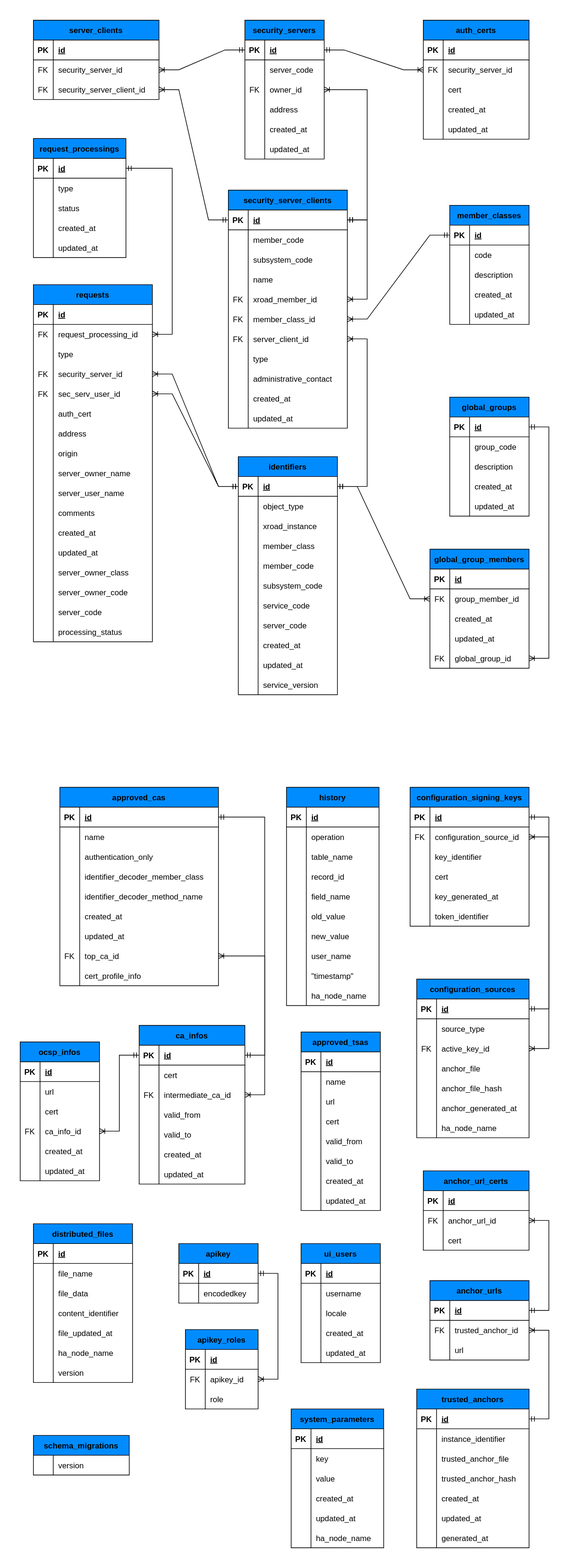
This is doc/DataModels/img/dm-cs-central-server-database-diagram.svg from nordic-institute/X-Road, a draw.io export, as it was before one commit. Source tidied: cells renumbered, new cells last; positions are measured from the earlier drawing's top-left corner, leaving out a move shared by most shapes.
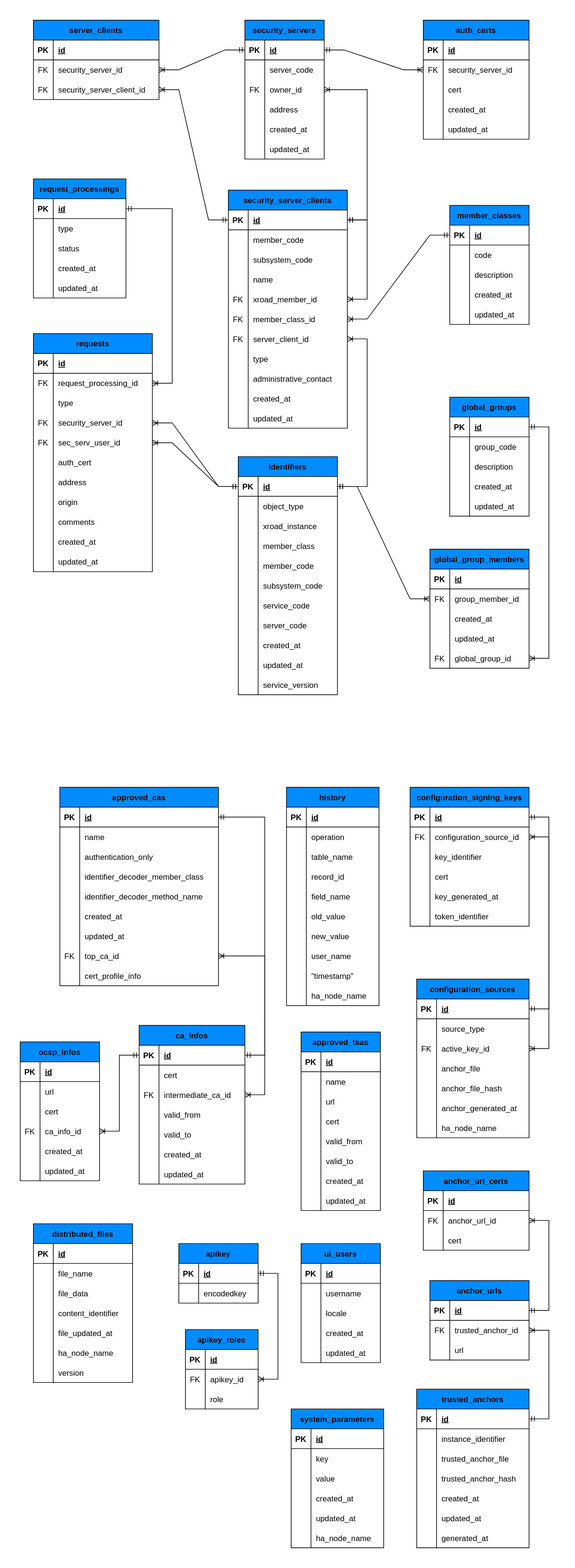
The same file after the commit.

Commit message:
fix: adding one index and removing unnecessary database objects

Refs: XRDDEV-2433

Change to the diagram source:
```diff
@@ -306,7 +306,7 @@
       <mxGeometry x="30" width="90" height="30" as="geometry" />
     </mxCell>
     <mxCell id="103" value="request_processings" style="shape=table;startSize=30;rowLines=0;fontStyle=1;align=center;fillColor=#008CFF;" parent="1" vertex="1">
-      <mxGeometry x="20" y="179" width="140" height="180" as="geometry" />
+      <mxGeometry x="20" y="240" width="140" height="180" as="geometry" />
     </mxCell>
     <mxCell id="104" style="shape=tableRow;horizontal=0;startSize=0;swimlaneHead=0;swimlaneBody=0;fillColor=none;points=[[0,0.5],[1,0.5]];portConstraint=eastwest;strokeColor=inherit;top=0;left=0;right=0;bottom=1;" parent="103" vertex="1">
       <mxGeometry y="30" width="140" height="30" as="geometry" />
@@ -354,7 +354,7 @@
       <mxGeometry x="30" width="110" height="30" as="geometry" />
     </mxCell>
     <mxCell id="119" value="requests" style="shape=table;startSize=30;rowLines=0;fontStyle=1;align=center;fillColor=#008CFF;" parent="1" vertex="1">
-      <mxGeometry x="20" y="400" width="180" height="540" as="geometry" />
+      <mxGeometry x="20" y="474" width="180" height="360" as="geometry" />
     </mxCell>
     <mxCell id="120" style="shape=tableRow;horizontal=0;startSize=0;swimlaneHead=0;swimlaneBody=0;fillColor=none;strokeColor=inherit;top=0;left=0;right=0;bottom=1;" parent="119" vertex="1">
       <mxGeometry y="30" width="180" height="30" as="geometry" />
@@ -428,26 +428,8 @@
     <mxCell id="143" value="origin " style="shape=partialRectangle;overflow=hidden;fillColor=none;align=left;strokeColor=inherit;top=0;left=0;bottom=0;right=0;spacingLeft=6;" parent="141" vertex="1">
       <mxGeometry x="30" width="150" height="30" as="geometry" />
     </mxCell>
-    <mxCell id="144" style="shape=tableRow;horizontal=0;startSize=0;swimlaneHead=0;swimlaneBody=0;fillColor=none;strokeColor=inherit;top=0;left=0;right=0;bottom=0;" parent="119" vertex="1">
-      <mxGeometry y="270" width="180" height="30" as="geometry" />
-    </mxCell>
-    <mxCell id="145" style="shape=partialRectangle;overflow=hidden;fillColor=none;strokeColor=inherit;top=0;left=0;bottom=0;right=0;" parent="144" vertex="1">
-      <mxGeometry width="30" height="30" as="geometry" />
-    </mxCell>
-    <mxCell id="146" value="server_owner_name " style="shape=partialRectangle;overflow=hidden;fillColor=none;align=left;strokeColor=inherit;top=0;left=0;bottom=0;right=0;spacingLeft=6;" parent="144" vertex="1">
-      <mxGeometry x="30" width="150" height="30" as="geometry" />
-    </mxCell>
-    <mxCell id="147" style="shape=tableRow;horizontal=0;startSize=0;swimlaneHead=0;swimlaneBody=0;fillColor=none;strokeColor=inherit;top=0;left=0;right=0;bottom=0;" parent="119" vertex="1">
-      <mxGeometry y="300" width="180" height="30" as="geometry" />
-    </mxCell>
-    <mxCell id="148" style="shape=partialRectangle;overflow=hidden;fillColor=none;strokeColor=inherit;top=0;left=0;bottom=0;right=0;" parent="147" vertex="1">
-      <mxGeometry width="30" height="30" as="geometry" />
-    </mxCell>
-    <mxCell id="149" value="server_user_name " style="shape=partialRectangle;overflow=hidden;fillColor=none;align=left;strokeColor=inherit;top=0;left=0;bottom=0;right=0;spacingLeft=6;" parent="147" vertex="1">
-      <mxGeometry x="30" width="150" height="30" as="geometry" />
-    </mxCell>
     <mxCell id="150" style="shape=tableRow;horizontal=0;startSize=0;swimlaneHead=0;swimlaneBody=0;fillColor=none;strokeColor=inherit;top=0;left=0;right=0;bottom=0;" parent="119" vertex="1">
-      <mxGeometry y="330" width="180" height="30" as="geometry" />
+      <mxGeometry y="270" width="180" height="30" as="geometry" />
     </mxCell>
     <mxCell id="151" style="shape=partialRectangle;overflow=hidden;fillColor=none;strokeColor=inherit;top=0;left=0;bottom=0;right=0;" parent="150" vertex="1">
       <mxGeometry width="30" height="30" as="geometry" />
@@ -456,7 +438,7 @@
       <mxGeometry x="30" width="150" height="30" as="geometry" />
     </mxCell>
     <mxCell id="153" style="shape=tableRow;horizontal=0;startSize=0;swimlaneHead=0;swimlaneBody=0;fillColor=none;strokeColor=inherit;top=0;left=0;right=0;bottom=0;" parent="119" vertex="1">
-      <mxGeometry y="360" width="180" height="30" as="geometry" />
+      <mxGeometry y="300" width="180" height="30" as="geometry" />
     </mxCell>
     <mxCell id="154" style="shape=partialRectangle;overflow=hidden;fillColor=none;strokeColor=inherit;top=0;left=0;bottom=0;right=0;" parent="153" vertex="1">
       <mxGeometry width="30" height="30" as="geometry" />
@@ -465,7 +447,7 @@
       <mxGeometry x="30" width="150" height="30" as="geometry" />
     </mxCell>
     <mxCell id="156" style="shape=tableRow;horizontal=0;startSize=0;swimlaneHead=0;swimlaneBody=0;fillColor=none;strokeColor=inherit;top=0;left=0;right=0;bottom=0;" parent="119" vertex="1">
-      <mxGeometry y="390" width="180" height="30" as="geometry" />
+      <mxGeometry y="330" width="180" height="30" as="geometry" />
     </mxCell>
     <mxCell id="157" style="shape=partialRectangle;overflow=hidden;fillColor=none;strokeColor=inherit;top=0;left=0;bottom=0;right=0;" parent="156" vertex="1">
       <mxGeometry width="30" height="30" as="geometry" />
@@ -473,42 +455,6 @@
     <mxCell id="158" value="updated_at  " style="shape=partialRectangle;overflow=hidden;fillColor=none;align=left;strokeColor=inherit;top=0;left=0;bottom=0;right=0;spacingLeft=6;" parent="156" vertex="1">
       <mxGeometry x="30" width="150" height="30" as="geometry" />
     </mxCell>
-    <mxCell id="159" style="shape=tableRow;horizontal=0;startSize=0;swimlaneHead=0;swimlaneBody=0;fillColor=none;strokeColor=inherit;top=0;left=0;right=0;bottom=0;" parent="119" vertex="1">
-      <mxGeometry y="420" width="180" height="30" as="geometry" />
-    </mxCell>
-    <mxCell id="160" style="shape=partialRectangle;overflow=hidden;fillColor=none;strokeColor=inherit;top=0;left=0;bottom=0;right=0;" parent="159" vertex="1">
-      <mxGeometry width="30" height="30" as="geometry" />
-    </mxCell>
-    <mxCell id="161" value="server_owner_class " style="shape=partialRectangle;overflow=hidden;fillColor=none;align=left;strokeColor=inherit;top=0;left=0;bottom=0;right=0;spacingLeft=6;" parent="159" vertex="1">
-      <mxGeometry x="30" width="150" height="30" as="geometry" />
-    </mxCell>
-    <mxCell id="162" style="shape=tableRow;horizontal=0;startSize=0;swimlaneHead=0;swimlaneBody=0;fillColor=none;strokeColor=inherit;top=0;left=0;right=0;bottom=0;" parent="119" vertex="1">
-      <mxGeometry y="450" width="180" height="30" as="geometry" />
-    </mxCell>
-    <mxCell id="163" style="shape=partialRectangle;overflow=hidden;fillColor=none;strokeColor=inherit;top=0;left=0;bottom=0;right=0;" parent="162" vertex="1">
-      <mxGeometry width="30" height="30" as="geometry" />
-    </mxCell>
-    <mxCell id="164" value="server_owner_code " style="shape=partialRectangle;overflow=hidden;fillColor=none;align=left;strokeColor=inherit;top=0;left=0;bottom=0;right=0;spacingLeft=6;" parent="162" vertex="1">
-      <mxGeometry x="30" width="150" height="30" as="geometry" />
-    </mxCell>
-    <mxCell id="165" style="shape=tableRow;horizontal=0;startSize=0;swimlaneHead=0;swimlaneBody=0;fillColor=none;strokeColor=inherit;top=0;left=0;right=0;bottom=0;" parent="119" vertex="1">
-      <mxGeometry y="480" width="180" height="30" as="geometry" />
-    </mxCell>
-    <mxCell id="166" style="shape=partialRectangle;overflow=hidden;fillColor=none;strokeColor=inherit;top=0;left=0;bottom=0;right=0;" parent="165" vertex="1">
-      <mxGeometry width="30" height="30" as="geometry" />
-    </mxCell>
-    <mxCell id="167" value="server_code " style="shape=partialRectangle;overflow=hidden;fillColor=none;align=left;strokeColor=inherit;top=0;left=0;bottom=0;right=0;spacingLeft=6;" parent="165" vertex="1">
-      <mxGeometry x="30" width="150" height="30" as="geometry" />
-    </mxCell>
-    <mxCell id="168" style="shape=tableRow;horizontal=0;startSize=0;swimlaneHead=0;swimlaneBody=0;fillColor=none;strokeColor=inherit;top=0;left=0;right=0;bottom=0;" parent="119" vertex="1">
-      <mxGeometry y="510" width="180" height="30" as="geometry" />
-    </mxCell>
-    <mxCell id="169" style="shape=partialRectangle;overflow=hidden;fillColor=none;strokeColor=inherit;top=0;left=0;bottom=0;right=0;" parent="168" vertex="1">
-      <mxGeometry width="30" height="30" as="geometry" />
-    </mxCell>
-    <mxCell id="170" value="processing_status" style="shape=partialRectangle;overflow=hidden;fillColor=none;align=left;strokeColor=inherit;top=0;left=0;bottom=0;right=0;spacingLeft=6;" parent="168" vertex="1">
-      <mxGeometry x="30" width="150" height="30" as="geometry" />
-    </mxCell>
     <mxCell id="171" value="security_servers" style="shape=table;startSize=30;rowLines=0;fontStyle=1;align=center;fillColor=#008CFF;" parent="1" vertex="1">
       <mxGeometry x="340" width="120" height="210" as="geometry" />
     </mxCell>
@@ -1457,18 +1403,6 @@
     <mxCell id="486" value="updated_at" style="shape=partialRectangle;overflow=hidden;fillColor=none;align=left;strokeColor=inherit;top=0;left=0;bottom=0;right=0;spacingLeft=6;" parent="484" vertex="1">
       <mxGeometry x="30" width="90" height="30" as="geometry" />
     </mxCell>
-    <mxCell id="487" value="schema_migrations" style="shape=table;startSize=30;rowLines=0;fontStyle=1;align=center;fillColor=#008CFF;" parent="1" vertex="1">
-      <mxGeometry x="20" y="2140" width="145" height="60" as="geometry" />
-    </mxCell>
-    <mxCell id="488" style="shape=tableRow;horizontal=0;startSize=0;swimlaneHead=0;swimlaneBody=0;fillColor=none;strokeColor=inherit;top=0;left=0;right=0;bottom=0;" parent="487" vertex="1">
-      <mxGeometry y="30" width="145" height="30" as="geometry" />
-    </mxCell>
-    <mxCell id="489" style="shape=partialRectangle;overflow=hidden;fillColor=none;strokeColor=inherit;top=0;left=0;bottom=0;right=0;" parent="488" vertex="1">
-      <mxGeometry width="30" height="30" as="geometry" />
-    </mxCell>
-    <mxCell id="490" value="version" style="shape=partialRectangle;overflow=hidden;fillColor=none;align=left;strokeColor=inherit;top=0;left=0;bottom=0;right=0;spacingLeft=6;" parent="488" vertex="1">
-      <mxGeometry x="30" width="115" height="30" as="geometry" />
-    </mxCell>
     <mxCell id="491" value="trusted_anchors" style="shape=table;startSize=30;rowLines=0;fontStyle=1;align=center;fillColor=#008CFF;" parent="1" vertex="1">
       <mxGeometry x="600" y="2070" width="170" height="240" as="geometry" />
     </mxCell>
```
